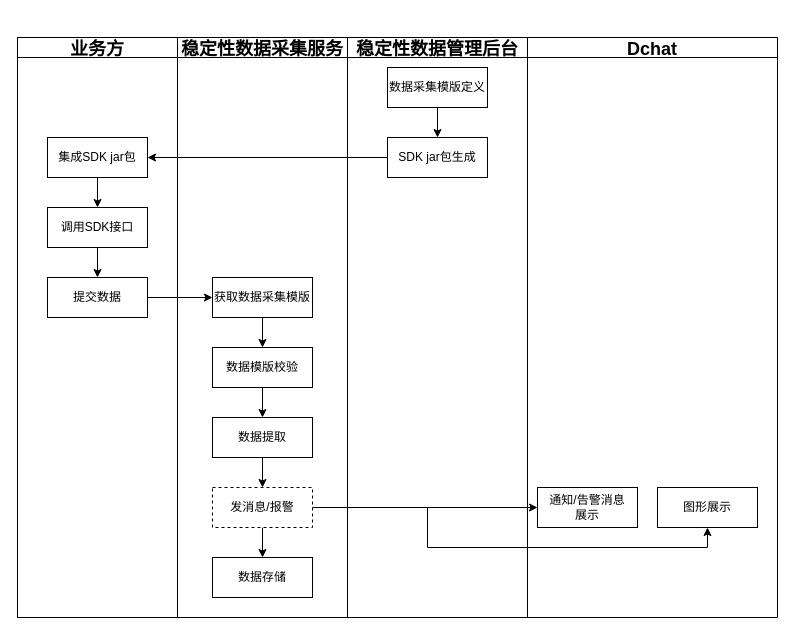
The draw.io diagram page "Page-1" (1 of 2) of drawio/稳定性数据上报流程.drawio in xiaofang168/files, before the edit. Source tidied: cells renumbered, new cells numbered last; positions are measured from the earlier drawing's top-left corner, leaving out a move shared by most shapes. Both pictures are drawn from the tidied source at 100%, with x=0, y=0 at pixel (17, 17).
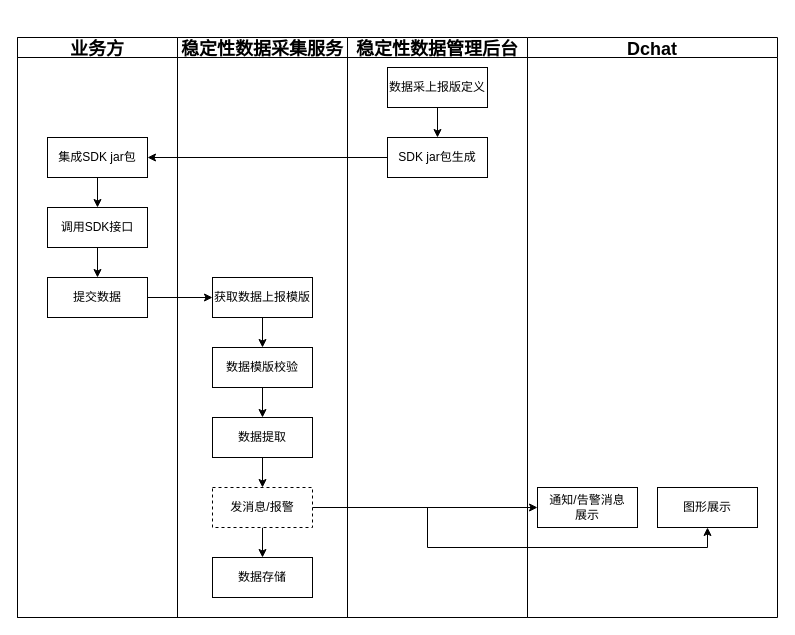
Above is the later version.

Commit message:
更新稳定性数据上报流程.drawio

The change refers to these unchanged cells:
```xml
<mxCell id="9" value="稳定性数据采集服务" style="swimlane;startSize=20;rounded=0;shadow=0;glass=0;fontSize=18;strokeColor=default;strokeWidth=1;fillColor=default;" parent="2" vertex="1">
  <mxGeometry x="160" y="20" width="170" height="580" as="geometry" />
</mxCell>
<mxCell id="20" value="稳定性数据管理后台" style="swimlane;startSize=20;rounded=0;shadow=0;glass=0;fontSize=18;strokeColor=default;strokeWidth=1;fillColor=default;" parent="1" vertex="1">
  <mxGeometry x="330" y="20" width="180" height="580" as="geometry" />
</mxCell>
```

Diff of the diagram source:
```diff
@@
-    <mxCell id="11" value="获取数据采集模版" style="rounded=0;whiteSpace=wrap;html=1;" parent="9" vertex="1">
+    <mxCell id="11" value="获取数据上报模版" style="rounded=0;whiteSpace=wrap;html=1;" parent="9" vertex="1">
       <mxGeometry x="35" y="240" width="100" height="40" as="geometry" />
     </mxCell>
@@
-    <mxCell id="22" value="数据采集模版定义" style="rounded=0;whiteSpace=wrap;html=1;" parent="20" vertex="1">
+    <mxCell id="22" value="数据采上报版定义" style="rounded=0;whiteSpace=wrap;html=1;" parent="20" vertex="1">
       <mxGeometry x="40" y="30" width="100" height="40" as="geometry" />
     </mxCell>
```
